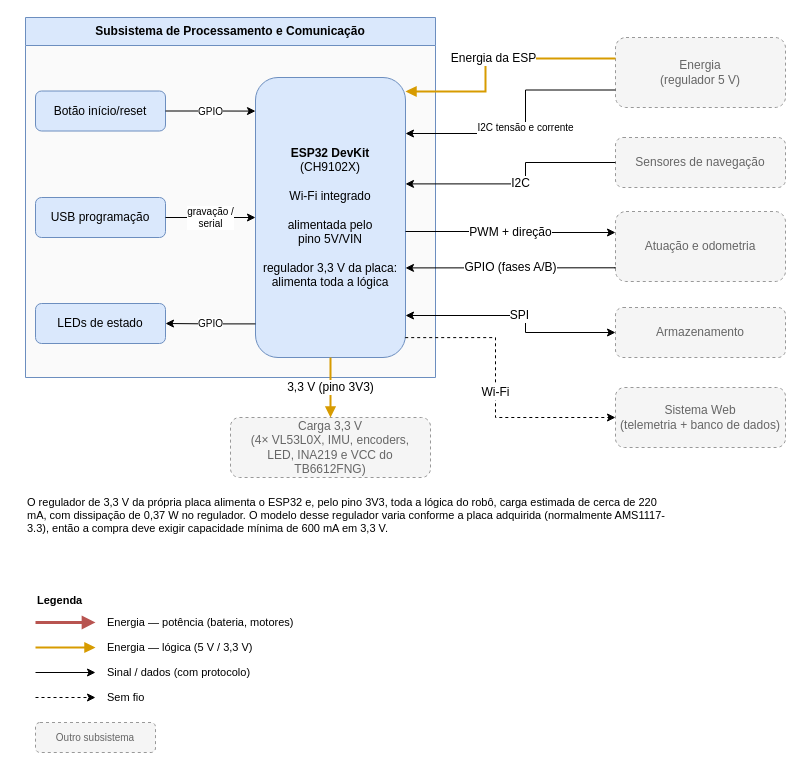
Before: page "Processamento e Comunicação" (3 of 6) of hw/Placa de Integração/Diagrama de blocos/Diagrama de blocos.drawio in fcte-pi1/2026.2_PI1_Grupo2_Hilmer, a draw.io diagram. Source tidied: cells renumbered, new cells numbered last; positions are measured from the earlier drawing's top-left corner, leaving out a move shared by most shapes. Both pictures are drawn from the tidied source at 100%, with x=0, y=0 at pixel (25, 17).
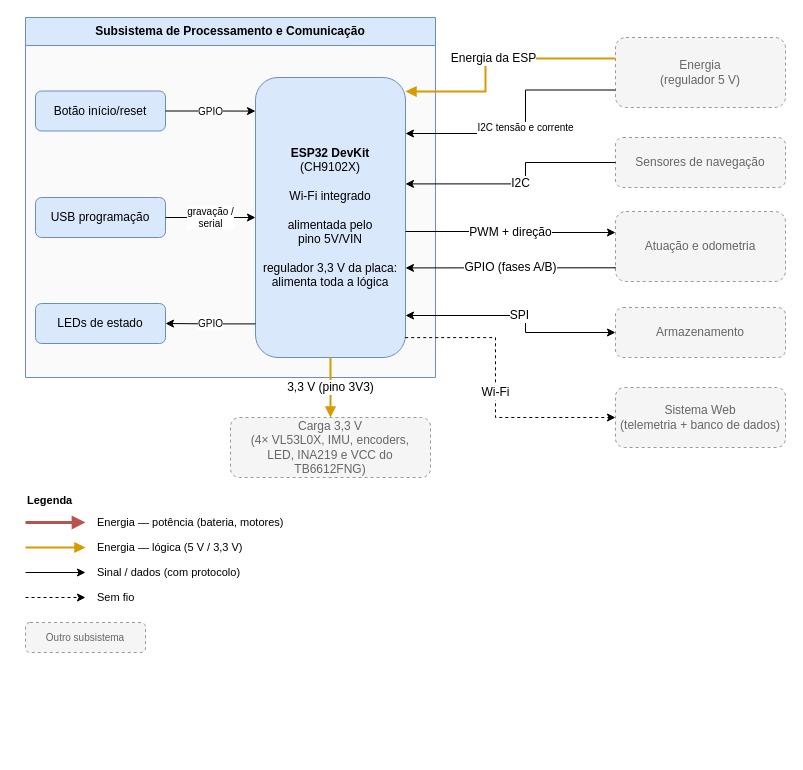
After the change.

What changed in the source:
```diff
@@
     <mxCell id="22" value="&lt;b&gt;Legenda&lt;/b&gt;" style="text;html=1;align=left;verticalAlign=top;whiteSpace=wrap;fontSize=11;" parent="1" vertex="1">
-      <mxGeometry x="10" y="570" width="200" height="20" as="geometry" />
+      <mxGeometry y="470" width="200" height="20" as="geometry" />
     </mxCell>
     <mxCell id="23" style="edgeStyle=orthogonalEdgeStyle;rounded=0;orthogonalLoop=1;jettySize=auto;html=1;labelBackgroundColor=#FFFFFF;fontSize=10;strokeWidth=3;strokeColor=#B85450;endArrow=block;endFill=1;" parent="1" edge="1">
       <mxGeometry relative="1" as="geometry">
-        <mxPoint x="10" y="605" as="sourcePoint" />
-        <mxPoint x="70" y="605" as="targetPoint" />
+        <mxPoint y="505" as="sourcePoint" />
+        <mxPoint x="60" y="505" as="targetPoint" />
       </mxGeometry>
     </mxCell>
     <mxCell id="24" value="Energia — potência (bateria, motores)" style="text;html=1;align=left;verticalAlign=top;whiteSpace=wrap;fontSize=11;verticalAlign=middle;" parent="1" vertex="1">
-      <mxGeometry x="80" y="595" width="240" height="20" as="geometry" />
+      <mxGeometry x="70" y="495" width="240" height="20" as="geometry" />
     </mxCell>
     <mxCell id="25" style="edgeStyle=orthogonalEdgeStyle;rounded=0;orthogonalLoop=1;jettySize=auto;html=1;labelBackgroundColor=#FFFFFF;fontSize=10;strokeWidth=1;endArrow=classic;endFill=1;" parent="1" edge="1">
       <mxGeometry relative="1" as="geometry">
-        <mxPoint x="10" y="655" as="sourcePoint" />
-        <mxPoint x="70" y="655" as="targetPoint" />
+        <mxPoint y="555" as="sourcePoint" />
+        <mxPoint x="60" y="555" as="targetPoint" />
       </mxGeometry>
     </mxCell>
     <mxCell id="26" value="Sinal / dados (com protocolo)" style="text;html=1;align=left;verticalAlign=top;whiteSpace=wrap;fontSize=11;verticalAlign=middle;" parent="1" vertex="1">
-      <mxGeometry x="80" y="645" width="200" height="20" as="geometry" />
+      <mxGeometry x="70" y="545" width="200" height="20" as="geometry" />
     </mxCell>
     <mxCell id="27" style="edgeStyle=orthogonalEdgeStyle;rounded=0;orthogonalLoop=1;jettySize=auto;html=1;labelBackgroundColor=#FFFFFF;fontSize=10;strokeWidth=1;endArrow=classic;endFill=1;dashed=1;" parent="1" edge="1">
       <mxGeometry relative="1" as="geometry">
-        <mxPoint x="10" y="680" as="sourcePoint" />
-        <mxPoint x="70" y="680" as="targetPoint" />
+        <mxPoint y="580" as="sourcePoint" />
+        <mxPoint x="60" y="580" as="targetPoint" />
       </mxGeometry>
     </mxCell>
     <mxCell id="28" value="Sem fio" style="text;html=1;align=left;verticalAlign=top;whiteSpace=wrap;fontSize=11;verticalAlign=middle;" parent="1" vertex="1">
-      <mxGeometry x="80" y="670" width="200" height="20" as="geometry" />
+      <mxGeometry x="70" y="570" width="200" height="20" as="geometry" />
     </mxCell>
     <mxCell id="29" value="Outro subsistema" style="rounded=1;whiteSpace=wrap;html=1;fillColor=#f5f5f5;strokeColor=#999999;dashed=1;fontColor=#666666;fontSize=10;" parent="1" vertex="1">
-      <mxGeometry x="10" y="705" width="120" height="30" as="geometry" />
+      <mxGeometry y="605" width="120" height="30" as="geometry" />
     </mxCell>
@@
-    <mxCell id="32" value="O regulador de 3,3 V da própria placa alimenta o ESP32 e, pelo pino 3V3, toda a lógica do robô, carga estimada de cerca de 220 mA, com dissipação de 0,37 W no regulador. O modelo desse regulador varia conforme a placa adquirida (normalmente AMS1117-3.3), então a compra deve exigir capacidade mínima de 600 mA em 3,3 V." style="text;html=1;align=left;verticalAlign=top;whiteSpace=wrap;fontSize=11;" parent="1" vertex="1">
-      <mxGeometry y="472" width="640" height="70" as="geometry" />
-    </mxCell>
     <mxCell id="33" style="edgeStyle=orthogonalEdgeStyle;rounded=0;orthogonalLoop=1;jettySize=auto;html=1;labelBackgroundColor=#FFFFFF;fontSize=10;strokeWidth=2;strokeColor=#D79B00;endArrow=block;endFill=1;" parent="1" edge="1">
       <mxGeometry relative="1" as="geometry">
-        <mxPoint x="10" y="630" as="sourcePoint" />
-        <mxPoint x="70" y="630" as="targetPoint" />
+        <mxPoint y="530" as="sourcePoint" />
+        <mxPoint x="60" y="530" as="targetPoint" />
       </mxGeometry>
     </mxCell>
     <mxCell id="34" value="Energia — lógica (5 V / 3,3 V)" style="text;html=1;align=left;verticalAlign=top;whiteSpace=wrap;fontSize=11;verticalAlign=middle;" parent="1" vertex="1">
-      <mxGeometry x="80" y="620" width="240" height="20" as="geometry" />
+      <mxGeometry x="70" y="520" width="240" height="20" as="geometry" />
     </mxCell>
```
